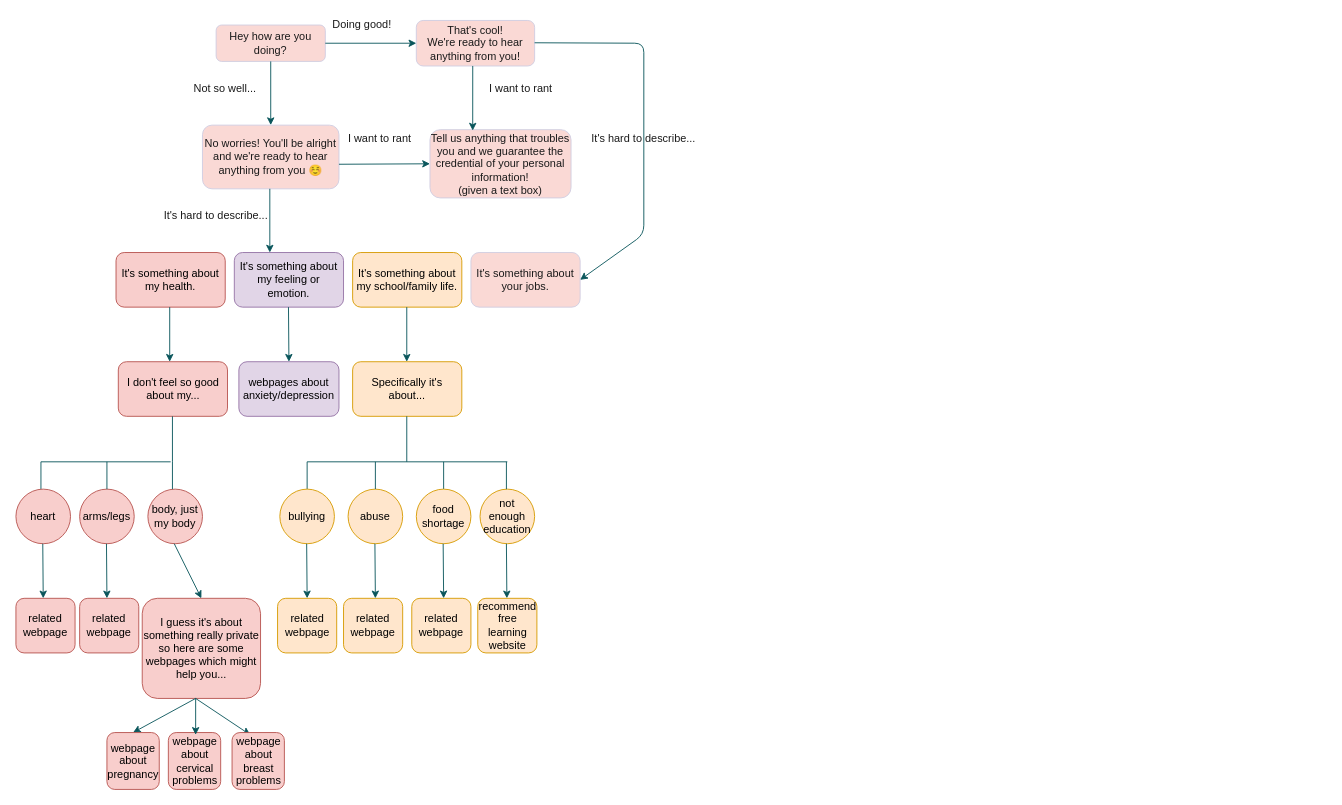
The draw.io diagram Questionary.drawio in effiegao/cmd-f-hackathon-questionary, before the edit. Source tidied: cells renumbered, new cells numbered last; positions are measured from the earlier drawing's top-left corner, leaving out a move shared by most shapes. Both pictures are drawn from the tidied source at 91%, with x=0, y=0 at pixel (15, 15).
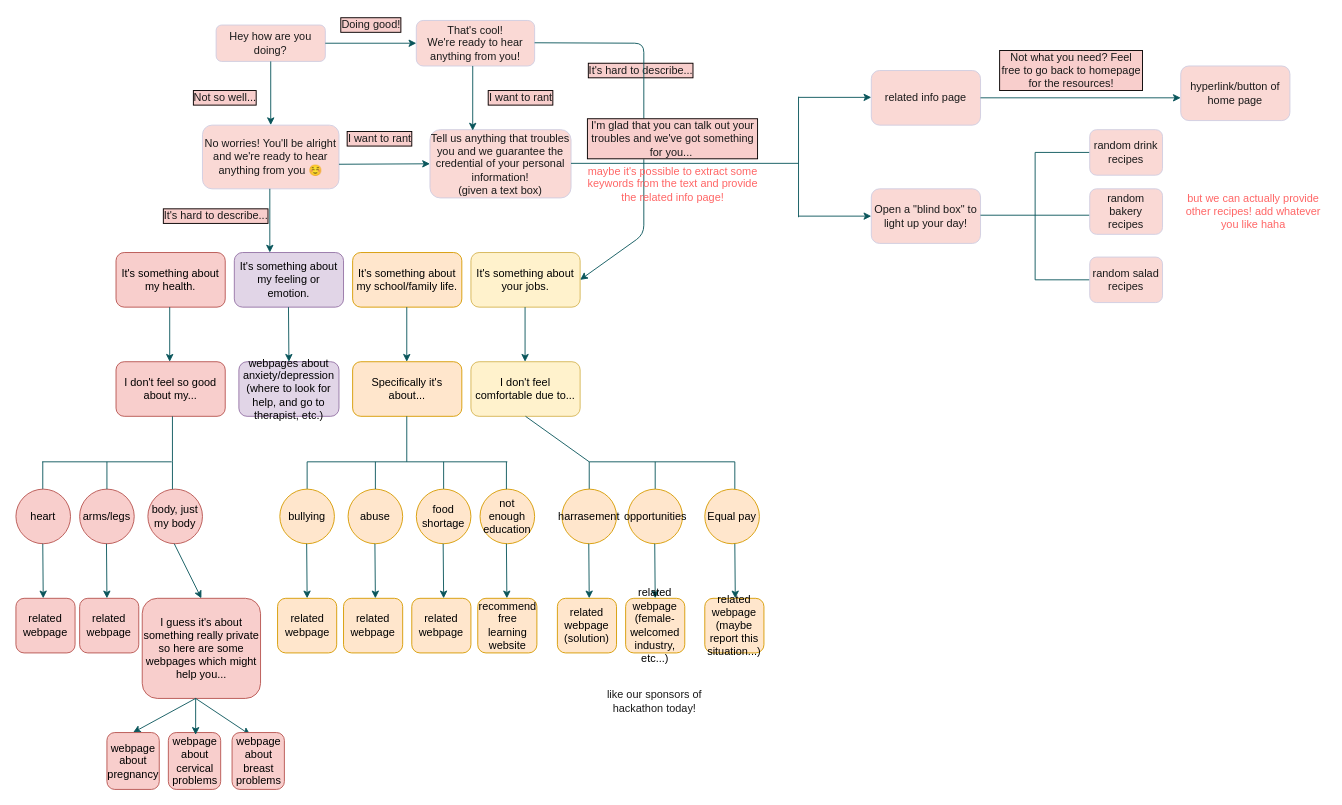
After the change.

Change to the diagram source:
```diff
@@
-    <mxCell id="5" value="Doing good!" style="text;html=1;align=center;verticalAlign=middle;fontColor=#1A1A1A;" parent="1" vertex="1">
-      <mxGeometry x="340" width="80" height="20" as="geometry" />
+    <mxCell id="5" value="Doing good!" style="text;html=1;align=center;verticalAlign=middle;fontColor=#1A1A1A;labelBackgroundColor=#F8CECC;labelBorderColor=#000000;" parent="1" vertex="1">
+      <mxGeometry x="350" width="80" height="20" as="geometry" />
     </mxCell>
-    <mxCell id="6" value="Not so well..." style="text;html=1;strokeColor=none;fillColor=none;align=center;verticalAlign=middle;whiteSpace=wrap;rounded=0;sketch=0;fontColor=#1A1A1A;" parent="1" vertex="1">
-      <mxGeometry x="180" y="70" width="100" height="20" as="geometry" />
+    <mxCell id="6" value="Not so well..." style="text;html=1;strokeColor=none;fillColor=none;align=center;verticalAlign=middle;whiteSpace=wrap;rounded=0;sketch=0;fontColor=#1A1A1A;labelBackgroundColor=#F8CECC;labelBorderColor=#000000;" parent="1" vertex="1">
+      <mxGeometry x="180" y="80" width="100" height="20" as="geometry" />
     </mxCell>
@@
-    <mxCell id="8" value="I want to rant" style="text;html=1;strokeColor=none;fillColor=none;align=center;verticalAlign=middle;whiteSpace=wrap;rounded=0;sketch=0;fontColor=#1A1A1A;" parent="1" vertex="1">
-      <mxGeometry x="500" y="70" width="110" height="20" as="geometry" />
+    <mxCell id="8" value="I want to rant" style="text;html=1;strokeColor=none;fillColor=none;align=center;verticalAlign=middle;whiteSpace=wrap;rounded=0;sketch=0;fontColor=#1A1A1A;labelBackgroundColor=#F8CECC;labelBorderColor=#000000;" parent="1" vertex="1">
+      <mxGeometry x="500" y="80" width="110" height="20" as="geometry" />
     </mxCell>
-    <mxCell id="9" value="I want to rant" style="text;html=1;strokeColor=none;fillColor=none;align=center;verticalAlign=middle;whiteSpace=wrap;rounded=0;sketch=0;fontColor=#1A1A1A;" parent="1" vertex="1">
+    <mxCell id="9" value="I want to rant" style="text;html=1;strokeColor=none;fillColor=none;align=center;verticalAlign=middle;whiteSpace=wrap;rounded=0;sketch=0;fontColor=#1A1A1A;labelBorderColor=#000000;labelBackgroundColor=#F8CECC;" parent="1" vertex="1">
       <mxGeometry x="345" y="125" width="110" height="20" as="geometry" />
     </mxCell>
-    <mxCell id="10" value="It's hard to describe..." style="text;html=1;strokeColor=none;fillColor=none;align=center;verticalAlign=middle;whiteSpace=wrap;rounded=0;sketch=0;fontColor=#1A1A1A;" parent="1" vertex="1">
+    <mxCell id="10" value="It's hard to describe..." style="text;html=1;strokeColor=none;fillColor=none;align=center;verticalAlign=middle;whiteSpace=wrap;rounded=0;sketch=0;fontColor=#1A1A1A;labelBorderColor=#000000;labelBackgroundColor=#F8CECC;" parent="1" vertex="1">
       <mxGeometry x="160" y="210" width="120" height="20" as="geometry" />
     </mxCell>
@@
-    <mxCell id="14" value="It's something about your jobs." style="rounded=1;whiteSpace=wrap;html=1;sketch=0;strokeColor=#D0CEE2;fillColor=#FAD9D5;fontColor=#1A1A1A;" parent="1" vertex="1">
+    <mxCell id="14" value="It's something about your jobs." style="rounded=1;whiteSpace=wrap;html=1;sketch=0;strokeColor=#d6b656;fillColor=#fff2cc;" parent="1" vertex="1">
       <mxGeometry x="500" y="260" width="120" height="60" as="geometry" />
     </mxCell>
-    <mxCell id="15" value="It's hard to describe..." style="text;html=1;strokeColor=none;fillColor=none;align=center;verticalAlign=middle;whiteSpace=wrap;rounded=0;sketch=0;fontColor=#1A1A1A;" parent="1" vertex="1">
-      <mxGeometry x="630" y="125" width="120" height="20" as="geometry" />
+    <mxCell id="15" value="It's hard to describe..." style="text;html=1;strokeColor=none;fillColor=none;align=center;verticalAlign=middle;whiteSpace=wrap;rounded=0;sketch=0;fontColor=#1A1A1A;labelBackgroundColor=#F8CECC;labelBorderColor=#000000;" parent="1" vertex="1">
+      <mxGeometry x="627" y="50" width="120" height="20" as="geometry" />
     </mxCell>
     <mxCell id="16" value="I don't feel so good about my..." style="rounded=1;whiteSpace=wrap;html=1;sketch=0;strokeColor=#b85450;fillColor=#f8cecc;" parent="1" vertex="1">
-      <mxGeometry x="112.5" y="380" width="120" height="60" as="geometry" />
+      <mxGeometry x="110" y="380" width="120" height="60" as="geometry" />
     </mxCell>
@@
     <mxCell id="18" style="endArrow=none;html=1;strokeColor=#09555B;fontColor=#1A1A1A;" parent="1" edge="1">
       <mxGeometry relative="1" as="geometry">
-        <mxPoint x="27.5" y="490" as="sourcePoint" />
-        <mxPoint x="170" y="490" as="targetPoint" />
+        <mxPoint x="28.8" y="490" as="sourcePoint" />
+        <mxPoint x="171.2" y="490" as="targetPoint" />
       </mxGeometry>
     </mxCell>
     <mxCell id="19" style="endArrow=none;html=1;strokeColor=#09555B;fontColor=#1A1A1A;" parent="1" edge="1">
       <mxGeometry relative="1" as="geometry">
-        <mxPoint x="27.5" y="520" as="sourcePoint" />
-        <mxPoint x="27.5" y="490" as="targetPoint" />
+        <mxPoint x="29.5" y="520" as="sourcePoint" />
+        <mxPoint x="29.5" y="490" as="targetPoint" />
       </mxGeometry>
     </mxCell>
@@
-    <mxCell id="45" value="webpages about anxiety/depression" style="rounded=1;whiteSpace=wrap;html=1;sketch=0;strokeColor=#9673a6;fillColor=#e1d5e7;" parent="1" vertex="1">
+    <mxCell id="45" value="webpages about anxiety/depression&lt;br&gt;(where to look for help, and go to therapist, etc.)" style="rounded=1;whiteSpace=wrap;html=1;sketch=0;strokeColor=#9673a6;fillColor=#e1d5e7;" parent="1" vertex="1">
       <mxGeometry x="245" y="380" width="110" height="60" as="geometry" />
     </mxCell>
@@
+    <mxCell id="66" value="I don't feel comfortable due to..." style="rounded=1;whiteSpace=wrap;html=1;sketch=0;strokeColor=#d6b656;fillColor=#fff2cc;" parent="1" vertex="1">
+      <mxGeometry x="500" y="380" width="120" height="60" as="geometry" />
+    </mxCell>
+    <mxCell id="67" style="endArrow=classic;html=1;strokeColor=#09555B;fontColor=#1A1A1A;" parent="1" edge="1">
+      <mxGeometry relative="1" as="geometry">
+        <mxPoint x="559.5" y="320" as="sourcePoint" />
+        <mxPoint x="559.5" y="380" as="targetPoint" />
+      </mxGeometry>
+    </mxCell>
+    <mxCell id="68" style="endArrow=none;html=1;strokeColor=#09555B;fontColor=#1A1A1A;entryX=0.5;entryY=1;entryDx=0;entryDy=0;" parent="1" edge="1" target="66">
+      <mxGeometry relative="1" as="geometry">
+        <mxPoint x="630" y="490" as="sourcePoint" />
+      </mxGeometry>
+    </mxCell>
+    <mxCell id="69" style="endArrow=none;html=1;strokeColor=#09555B;fontColor=#1A1A1A;" parent="1" edge="1">
+      <mxGeometry relative="1" as="geometry">
+        <mxPoint x="630" y="490" as="sourcePoint" />
+        <mxPoint x="790" y="490" as="targetPoint" />
+      </mxGeometry>
+    </mxCell>
+    <mxCell id="70" style="endArrow=none;html=1;strokeColor=#09555B;fontColor=#1A1A1A;" parent="1" edge="1">
+      <mxGeometry relative="1" as="geometry">
+        <mxPoint x="630" y="520" as="sourcePoint" />
+        <mxPoint x="630" y="490" as="targetPoint" />
+      </mxGeometry>
+    </mxCell>
+    <mxCell id="71" value="harrasement" style="ellipse;whiteSpace=wrap;html=1;rounded=0;sketch=0;strokeColor=#d79b00;fillColor=#ffe6cc;" parent="1" vertex="1">
+      <mxGeometry x="600" y="520" width="60" height="60" as="geometry" />
+    </mxCell>
+    <mxCell id="72" style="endArrow=classic;html=1;strokeColor=#09555B;fontColor=#1A1A1A;" parent="1" edge="1">
+      <mxGeometry relative="1" as="geometry">
+        <mxPoint x="629.5" y="580" as="sourcePoint" />
+        <mxPoint x="630" y="640" as="targetPoint" />
+      </mxGeometry>
+    </mxCell>
+    <mxCell id="73" value="related webpage&lt;br&gt;(solution)" style="rounded=1;whiteSpace=wrap;html=1;sketch=0;strokeColor=#d79b00;fillColor=#ffe6cc;" parent="1" vertex="1">
+      <mxGeometry x="595" y="640" width="65" height="60" as="geometry" />
+    </mxCell>
+    <mxCell id="74" style="endArrow=none;html=1;strokeColor=#09555B;fontColor=#1A1A1A;" parent="1" edge="1">
+      <mxGeometry relative="1" as="geometry">
+        <mxPoint x="702.5" y="520" as="sourcePoint" />
+        <mxPoint x="702.5" y="490" as="targetPoint" />
+      </mxGeometry>
+    </mxCell>
+    <mxCell id="75" value="opportunities" style="ellipse;whiteSpace=wrap;html=1;rounded=0;sketch=0;strokeColor=#d79b00;fillColor=#ffe6cc;" parent="1" vertex="1">
+      <mxGeometry x="672.5" y="520" width="60" height="60" as="geometry" />
+    </mxCell>
+    <mxCell id="76" style="endArrow=classic;html=1;strokeColor=#09555B;fontColor=#1A1A1A;" parent="1" edge="1">
+      <mxGeometry relative="1" as="geometry">
+        <mxPoint x="702" y="580" as="sourcePoint" />
+        <mxPoint x="702.5" y="640" as="targetPoint" />
+      </mxGeometry>
+    </mxCell>
+    <mxCell id="77" value="related webpage&lt;br&gt;(female-welcomed industry, etc...)" style="rounded=1;whiteSpace=wrap;html=1;sketch=0;strokeColor=#d79b00;fillColor=#ffe6cc;" parent="1" vertex="1">
+      <mxGeometry x="670" y="640" width="65" height="60" as="geometry" />
+    </mxCell>
+    <mxCell id="78" style="endArrow=none;html=1;strokeColor=#09555B;fontColor=#1A1A1A;" parent="1" edge="1">
+      <mxGeometry relative="1" as="geometry">
+        <mxPoint x="790" y="520" as="sourcePoint" />
+        <mxPoint x="790" y="490" as="targetPoint" />
+      </mxGeometry>
+    </mxCell>
+    <mxCell id="79" value="Equal pay" style="ellipse;whiteSpace=wrap;html=1;rounded=0;sketch=0;strokeColor=#d79b00;fillColor=#ffe6cc;" parent="1" vertex="1">
+      <mxGeometry x="757" y="520" width="60" height="60" as="geometry" />
+    </mxCell>
+    <mxCell id="80" style="endArrow=classic;html=1;strokeColor=#09555B;fontColor=#1A1A1A;" parent="1" edge="1">
+      <mxGeometry relative="1" as="geometry">
+        <mxPoint x="790" y="580" as="sourcePoint" />
+        <mxPoint x="790.5" y="640" as="targetPoint" />
+      </mxGeometry>
+    </mxCell>
+    <mxCell id="81" value="related webpage&lt;br&gt;(maybe report this situation...)" style="rounded=1;whiteSpace=wrap;html=1;sketch=0;strokeColor=#d79b00;fillColor=#ffe6cc;" parent="1" vertex="1">
+      <mxGeometry x="757" y="640" width="65" height="60" as="geometry" />
+    </mxCell>
+    <mxCell id="82" value="like our sponsors of hackathon today!" style="text;html=1;strokeColor=none;fillColor=none;align=center;verticalAlign=middle;whiteSpace=wrap;rounded=0;sketch=0;fontColor=#1A1A1A;" parent="1" vertex="1">
+      <mxGeometry x="639.4" y="717.5" width="126.2" height="70" as="geometry" />
+    </mxCell>
+    <mxCell id="83" value="&lt;font color=&quot;#ff6666&quot;&gt;maybe it's possible to extract some keywords from the text and provide the related info page!&lt;/font&gt;" style="text;html=1;strokeColor=none;fillColor=none;align=center;verticalAlign=middle;whiteSpace=wrap;rounded=0;sketch=0;fontColor=#1A1A1A;" parent="1" vertex="1">
+      <mxGeometry x="627" y="150" width="190" height="70" as="geometry" />
+    </mxCell>
+    <mxCell id="84" value="related info page" style="rounded=1;whiteSpace=wrap;html=1;sketch=0;strokeColor=#D0CEE2;fillColor=#FAD9D5;fontColor=#1A1A1A;" parent="1" vertex="1">
+      <mxGeometry x="940" y="60" width="120" height="60" as="geometry" />
+    </mxCell>
+    <mxCell id="85" value="I'm glad that you can talk out your troubles and we've got something for you...&amp;nbsp;" style="text;html=1;strokeColor=none;fillColor=none;align=center;verticalAlign=middle;whiteSpace=wrap;rounded=0;sketch=0;fontColor=#1A1A1A;labelBorderColor=#000000;labelBackgroundColor=#F8CECC;" parent="1" vertex="1">
+      <mxGeometry x="627" y="125" width="190" height="20" as="geometry" />
+    </mxCell>
+    <mxCell id="86" style="endArrow=none;html=1;strokeColor=#09555B;fontColor=#1A1A1A;" parent="1" edge="1">
+      <mxGeometry relative="1" as="geometry">
+        <mxPoint x="610" y="162" as="sourcePoint" />
+        <mxPoint x="860" y="162" as="targetPoint" />
+      </mxGeometry>
+    </mxCell>
+    <mxCell id="87" style="endArrow=none;html=1;strokeColor=#09555B;fontColor=#1A1A1A;" parent="1" edge="1">
+      <mxGeometry relative="1" as="geometry">
+        <mxPoint x="860" y="221.2" as="sourcePoint" />
+        <mxPoint x="860" y="88.8" as="targetPoint" />
+      </mxGeometry>
+    </mxCell>
+    <mxCell id="88" style="endArrow=classic;html=1;strokeColor=#09555B;fontColor=#1A1A1A;" parent="1" edge="1">
+      <mxGeometry relative="1" as="geometry">
+        <mxPoint x="860" y="220" as="sourcePoint" />
+        <mxPoint x="940" y="220" as="targetPoint" />
+      </mxGeometry>
+    </mxCell>
+    <mxCell id="89" style="endArrow=classic;html=1;strokeColor=#09555B;fontColor=#1A1A1A;" parent="1" edge="1">
+      <mxGeometry relative="1" as="geometry">
+        <mxPoint x="860" y="89.5" as="sourcePoint" />
+        <mxPoint x="940" y="89.5" as="targetPoint" />
+      </mxGeometry>
+    </mxCell>
+    <mxCell id="90" value="Open a &quot;blind box&quot; to light up your day!" style="rounded=1;whiteSpace=wrap;html=1;sketch=0;strokeColor=#D0CEE2;fillColor=#FAD9D5;fontColor=#1A1A1A;" parent="1" vertex="1">
+      <mxGeometry x="940" y="190" width="120" height="60" as="geometry" />
+    </mxCell>
+    <mxCell id="91" style="endArrow=classic;html=1;strokeColor=#09555B;fontColor=#1A1A1A;" parent="1" edge="1">
+      <mxGeometry relative="1" as="geometry">
+        <mxPoint x="1060" y="90" as="sourcePoint" />
+        <mxPoint x="1280" y="90" as="targetPoint" />
+      </mxGeometry>
+    </mxCell>
+    <mxCell id="92" value="Not what you need? Feel free to go back to homepage for the resources!" style="text;html=1;strokeColor=none;fillColor=none;align=center;verticalAlign=middle;whiteSpace=wrap;rounded=0;labelBackgroundColor=#F8CECC;sketch=0;fontColor=#1A1A1A;labelBorderColor=#000000;" parent="1" vertex="1">
+      <mxGeometry x="1080" y="50" width="160" height="20" as="geometry" />
+    </mxCell>
+    <mxCell id="93" value="hyperlink/button of home page" style="rounded=1;whiteSpace=wrap;html=1;labelBackgroundColor=none;sketch=0;strokeColor=#D0CEE2;fillColor=#FAD9D5;fontColor=#1A1A1A;" parent="1" vertex="1">
+      <mxGeometry x="1280" y="55" width="120" height="60" as="geometry" />
+    </mxCell>
+    <mxCell id="94" style="endArrow=none;html=1;strokeColor=#09555B;fontColor=#1A1A1A;" parent="1" edge="1">
+      <mxGeometry relative="1" as="geometry">
+        <mxPoint x="1060" y="219" as="sourcePoint" />
+        <mxPoint x="1120" y="219" as="targetPoint" />
+      </mxGeometry>
+    </mxCell>
+    <mxCell id="95" style="endArrow=none;html=1;strokeColor=#09555B;fontColor=#1A1A1A;" parent="1" edge="1">
+      <mxGeometry relative="1" as="geometry">
+        <mxPoint x="1120" y="290" as="sourcePoint" />
+        <mxPoint x="1120" y="150" as="targetPoint" />
+      </mxGeometry>
+    </mxCell>
+    <mxCell id="96" style="endArrow=none;html=1;strokeColor=#09555B;fontColor=#1A1A1A;" parent="1" edge="1">
+      <mxGeometry relative="1" as="geometry">
+        <mxPoint x="1120" y="150" as="sourcePoint" />
+        <mxPoint x="1180" y="150" as="targetPoint" />
+      </mxGeometry>
+    </mxCell>
+    <mxCell id="97" value="random drink recipes" style="rounded=1;whiteSpace=wrap;html=1;labelBackgroundColor=none;sketch=0;strokeColor=#D0CEE2;fillColor=#FAD9D5;fontColor=#1A1A1A;" parent="1" vertex="1">
+      <mxGeometry x="1180" y="125" width="80" height="50" as="geometry" />
+    </mxCell>
+    <mxCell id="98" style="endArrow=none;html=1;strokeColor=#09555B;fontColor=#1A1A1A;" parent="1" edge="1">
+      <mxGeometry relative="1" as="geometry">
+        <mxPoint x="1120" y="219" as="sourcePoint" />
+        <mxPoint x="1180" y="219" as="targetPoint" />
+      </mxGeometry>
+    </mxCell>
+    <mxCell id="99" value="random bakery recipes" style="rounded=1;whiteSpace=wrap;html=1;labelBackgroundColor=none;sketch=0;strokeColor=#D0CEE2;fillColor=#FAD9D5;fontColor=#1A1A1A;" parent="1" vertex="1">
+      <mxGeometry x="1180" y="190" width="80" height="50" as="geometry" />
+    </mxCell>
+    <mxCell id="100" style="endArrow=none;html=1;strokeColor=#09555B;fontColor=#1A1A1A;" parent="1" edge="1">
+      <mxGeometry relative="1" as="geometry">
+        <mxPoint x="1120" y="290" as="sourcePoint" />
+        <mxPoint x="1180" y="290" as="targetPoint" />
+      </mxGeometry>
+    </mxCell>
+    <mxCell id="101" value="random salad recipes" style="rounded=1;whiteSpace=wrap;html=1;labelBackgroundColor=none;sketch=0;strokeColor=#D0CEE2;fillColor=#FAD9D5;fontColor=#1A1A1A;" parent="1" vertex="1">
+      <mxGeometry x="1180" y="265" width="80" height="50" as="geometry" />
+    </mxCell>
+    <mxCell id="102" value="but we can actually provide other recipes! add whatever you like haha" style="text;html=1;strokeColor=none;fillColor=none;align=center;verticalAlign=middle;whiteSpace=wrap;rounded=0;labelBackgroundColor=none;sketch=0;fontColor=#FF6666;" parent="1" vertex="1">
+      <mxGeometry x="1280" y="205" width="160" height="20" as="geometry" />
+    </mxCell>
```
